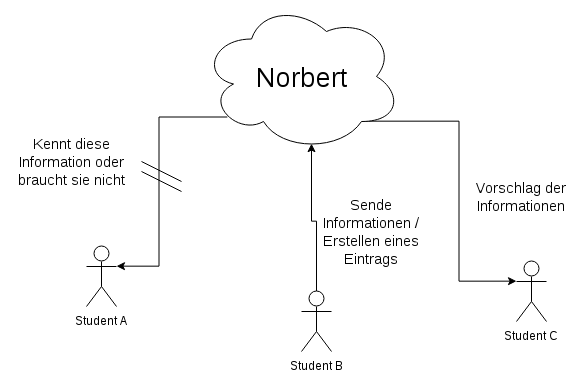
Pfeifenjoy/norbert keeps this draw.io diagram as dokumentationen/pflichtenheft/images/funktionsweise.png. Above is the earlier version. Source tidied: cells renumbered, new cells last; positions are measured from the earlier drawing's top-left corner, leaving out a move shared by most shapes.
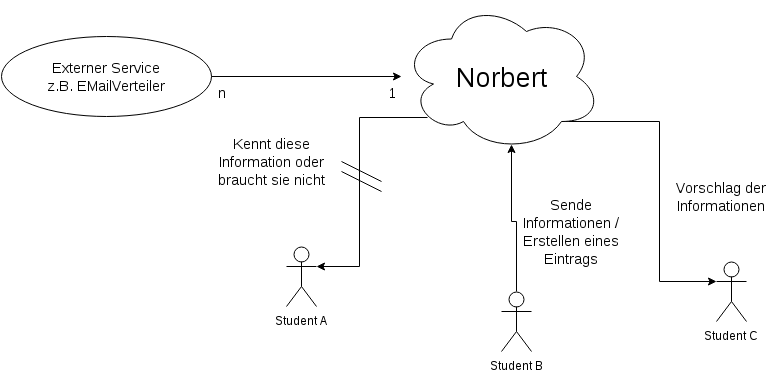
The same diagram one commit later.

What changed in the source:
```diff
@@ -2,50 +2,66 @@
   <root>
     <mxCell id="0" />
     <mxCell id="1" parent="0" />
+    <mxCell id="15" value="Student A" style="shape=umlActor;verticalLabelPosition=bottom;labelBackgroundColor=#ffffff;verticalAlign=top;html=1;" parent="1" vertex="1">
+      <mxGeometry x="85" y="245" width="30" height="60" as="geometry" />
+    </mxCell>
+    <mxCell id="16" style="edgeStyle=orthogonalEdgeStyle;rounded=0;html=1;exitX=0.5;exitY=0;exitPerimeter=0;entryX=0.55;entryY=0.95;entryPerimeter=0;jettySize=auto;fontSize=15;" parent="1" edge="1" source="17" target="18">
+      <mxGeometry x="390" y="262.2" as="geometry" />
+    </mxCell>
+    <mxCell id="17" value="Student B" style="shape=umlActor;verticalLabelPosition=bottom;labelBackgroundColor=#ffffff;verticalAlign=top;html=1;" parent="1" vertex="1">
+      <mxGeometry x="300" y="290" width="30" height="60" as="geometry" />
+    </mxCell>
-    <mxCell id="2" value="Student A" style="shape=umlActor;verticalLabelPosition=bottom;labelBackgroundColor=#ffffff;verticalAlign=top;html=1;" parent="1" vertex="1">
-      <mxGeometry x="85" y="245" width="30" height="60" as="geometry" />
+    <mxCell id="2" value="Student C" style="shape=umlActor;verticalLabelPosition=bottom;labelBackgroundColor=#ffffff;verticalAlign=top;html=1;" parent="1" vertex="1">
+      <mxGeometry x="515" y="260" width="30" height="60" as="geometry" />
     </mxCell>
-    <mxCell id="3" style="edgeStyle=orthogonalEdgeStyle;rounded=0;html=1;exitX=0.5;exitY=0;exitPerimeter=0;entryX=0.55;entryY=0.95;entryPerimeter=0;jettySize=auto;fontSize=15;" parent="1" edge="1" source="4" target="8">
-      <mxGeometry relative="1" as="geometry" />
-    </mxCell>
-    <mxCell id="4" value="Student B" style="shape=umlActor;verticalLabelPosition=bottom;labelBackgroundColor=#ffffff;verticalAlign=top;html=1;" parent="1" vertex="1">
-      <mxGeometry x="300" y="290" width="30" height="60" as="geometry" />
+    <mxCell id="4" style="edgeStyle=orthogonalEdgeStyle;rounded=0;html=1;exitX=0.8;exitY=0.8;exitPerimeter=0;entryX=0;entryY=0.3333333333333333;entryPerimeter=0;jettySize=auto;fontSize=28;" parent="1" edge="1" source="18" target="2">
+      <mxGeometry x="440" y="239.7" as="geometry" />
     </mxCell>
-    <mxCell id="5" value="Student C" style="shape=umlActor;verticalLabelPosition=bottom;labelBackgroundColor=#ffffff;verticalAlign=top;html=1;" parent="1" vertex="1">
-      <mxGeometry x="515" y="260" width="30" height="60" as="geometry" />
+    <mxCell id="5" style="edgeStyle=orthogonalEdgeStyle;rounded=0;html=1;exitX=0.13;exitY=0.77;exitPerimeter=0;entryX=1;entryY=0.3333333333333333;entryPerimeter=0;jettySize=auto;fontSize=28;" parent="1" edge="1" source="18" target="15">
+      <mxGeometry x="195" y="235.5" as="geometry" />
     </mxCell>
-    <mxCell id="6" style="edgeStyle=orthogonalEdgeStyle;rounded=0;html=1;exitX=0.8;exitY=0.8;exitPerimeter=0;entryX=0;entryY=0.3333333333333333;entryPerimeter=0;jettySize=auto;fontSize=28;" parent="1" edge="1" source="8" target="5">
-      <mxGeometry relative="1" as="geometry" />
-    </mxCell>
-    <mxCell id="7" style="edgeStyle=orthogonalEdgeStyle;rounded=0;html=1;exitX=0.13;exitY=0.77;exitPerimeter=0;entryX=1;entryY=0.3333333333333333;entryPerimeter=0;jettySize=auto;fontSize=28;" parent="1" edge="1" source="8" target="2">
-      <mxGeometry relative="1" as="geometry" />
-    </mxCell>
+    <mxCell id="18" value="Norbert" style="ellipse;shape=cloud;whiteSpace=wrap;html=1;fontSize=28;" parent="1" vertex="1">
+      <mxGeometry x="200" width="200" height="150" as="geometry" />
+    </mxCell>
-    <mxCell id="8" value="Norbert" style="ellipse;shape=cloud;whiteSpace=wrap;html=1;fontSize=28;" parent="1" vertex="1">
-      <mxGeometry x="200" width="200" height="150" as="geometry" />
+    <mxCell id="8" value="&lt;font style=&quot;font-size: 13px&quot;&gt;Sende Informationen&lt;/font&gt;" style="text;html=1;strokeColor=none;fillColor=none;align=center;verticalAlign=middle;whiteSpace=wrap;overflow=hidden;fontSize=28;" parent="1" vertex="1">
+      <mxGeometry x="265" y="210" width="40" height="20" as="geometry" />
     </mxCell>
-    <mxCell id="9" value="&lt;font style=&quot;font-size: 13px&quot;&gt;Sende Informationen&lt;/font&gt;" style="text;html=1;strokeColor=none;fillColor=none;align=center;verticalAlign=middle;whiteSpace=wrap;overflow=hidden;fontSize=28;" parent="1" vertex="1">
-      <mxGeometry x="265" y="210" width="40" height="20" as="geometry" />
-    </mxCell>
     <mxCell id="10" value="Vorschlag der Informationen" style="text;html=1;strokeColor=none;fillColor=none;align=center;verticalAlign=middle;whiteSpace=wrap;overflow=hidden;fontSize=15;" parent="1" vertex="1">
       <mxGeometry x="470" y="170" width="100" height="50" as="geometry" />
     </mxCell>
     <mxCell id="11" value="Sende Informationen / Erstellen eines Eintrags" style="text;html=1;strokeColor=none;fillColor=none;align=center;verticalAlign=middle;whiteSpace=wrap;overflow=hidden;fontSize=15;" parent="1" vertex="1">
       <mxGeometry x="320" y="185" width="100" height="90" as="geometry" />
     </mxCell>
-    <mxCell id="12" style="endArrow=none;html=1;fontSize=15;" parent="1" edge="1">
-      <mxGeometry relative="1" as="geometry">
-        <mxPoint x="140" y="160" as="sourcePoint" />
-        <mxPoint x="180" y="180" as="targetPoint" />
-      </mxGeometry>
-    </mxCell>
-    <mxCell id="13" style="endArrow=none;html=1;fontSize=15;" parent="1" edge="1">
-      <mxGeometry x="220" y="290" as="geometry">
-        <mxPoint x="140" y="170" as="sourcePoint" />
-        <mxPoint x="180" y="190" as="targetPoint" />
-      </mxGeometry>
-    </mxCell>
-    <mxCell id="14" value="Kennt diese Information oder braucht sie nicht" style="text;html=1;strokeColor=none;fillColor=none;align=center;verticalAlign=middle;whiteSpace=wrap;overflow=hidden;fontSize=15;" parent="1" vertex="1">
-      <mxGeometry y="110" width="140" height="100" as="geometry" />
-    </mxCell>
+    <mxCell id="19" style="endArrow=none;html=1;fontSize=15;" parent="1" edge="1">
+      <mxGeometry x="220" y="280" as="geometry">
+        <mxPoint x="140" y="160" as="sourcePoint" />
+        <mxPoint x="180" y="180" as="targetPoint" />
+      </mxGeometry>
+    </mxCell>
+    <mxCell id="20" style="endArrow=none;html=1;fontSize=15;" parent="1" edge="1">
+      <mxGeometry x="220" y="290" as="geometry">
+        <mxPoint x="140" y="170" as="sourcePoint" />
+        <mxPoint x="180" y="190" as="targetPoint" />
+      </mxGeometry>
+    </mxCell>
+    <mxCell id="6" value="Kennt diese Information oder braucht sie nicht" style="text;html=1;strokeColor=none;fillColor=none;align=center;verticalAlign=middle;whiteSpace=wrap;overflow=hidden;fontSize=15;" parent="1" vertex="1">
+      <mxGeometry y="110" width="140" height="100" as="geometry" />
+    </mxCell>
+    <mxCell id="21" value="Externer Service&lt;div&gt;z.B. EMailVerteiler&lt;/div&gt;" style="ellipse;whiteSpace=wrap;html=1;fillColor=#FFFFFF;fontSize=15;" parent="1" vertex="1">
+      <mxGeometry x="-200" y="35" width="210" height="80" as="geometry" />
+    </mxCell>
+    <mxCell id="22" style="edgeStyle=orthogonalEdgeStyle;rounded=0;html=1;jettySize=auto;fontSize=15;" parent="1" edge="1" source="21" target="18">
+      <mxGeometry relative="1" as="geometry" />
+    </mxCell>
+    <mxCell id="23" value="1" style="text;html=1;align=center;verticalAlign=middle;labelBackgroundColor=#ffffff;fontSize=15;" parent="22" vertex="1">
+      <mxGeometry x="-0.49" y="-3" relative="1" as="geometry">
+        <mxPoint x="132" y="12" as="offset" />
+      </mxGeometry>
+    </mxCell>
+    <mxCell id="24" value="n" style="text;html=1;align=center;verticalAlign=middle;labelBackgroundColor=#ffffff;fontSize=15;" parent="22" vertex="1">
+      <mxGeometry x="-0.75" y="-2" relative="1" as="geometry">
+        <mxPoint x="-14" y="13" as="offset" />
+      </mxGeometry>
+    </mxCell>
   </root>
 </mxGraphModel>
```
